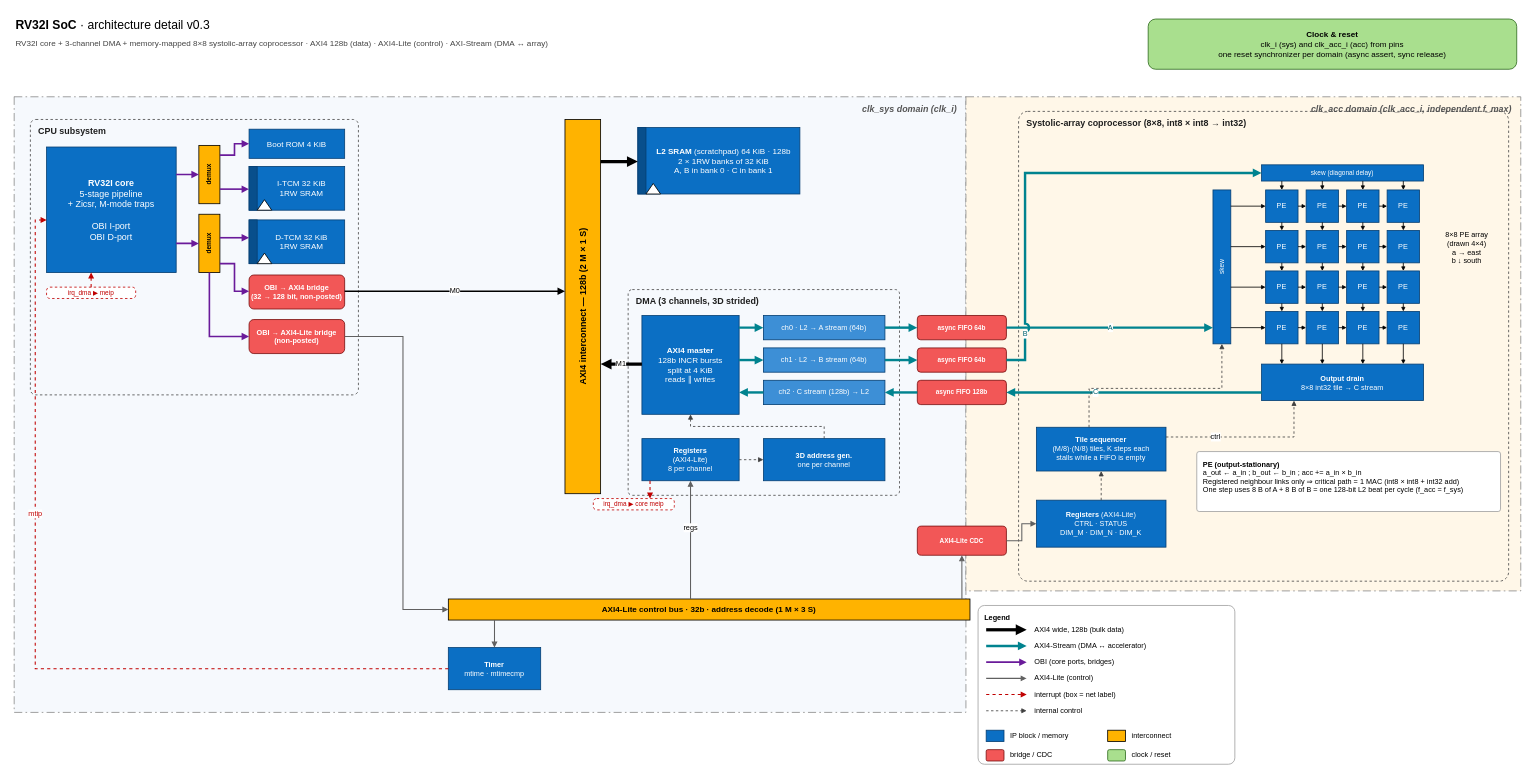
Before: docs/figures/soc-architecture.drawio in Felipe-Freire/riscv32-ext-coprocessor, a draw.io diagram. Source tidied: cells renumbered, new cells numbered last; positions are measured from the earlier drawing's top-left corner, leaving out a move shared by most shapes. Both pictures are drawn from the tidied source at 81%, with x=0, y=0 at pixel (14, 14).
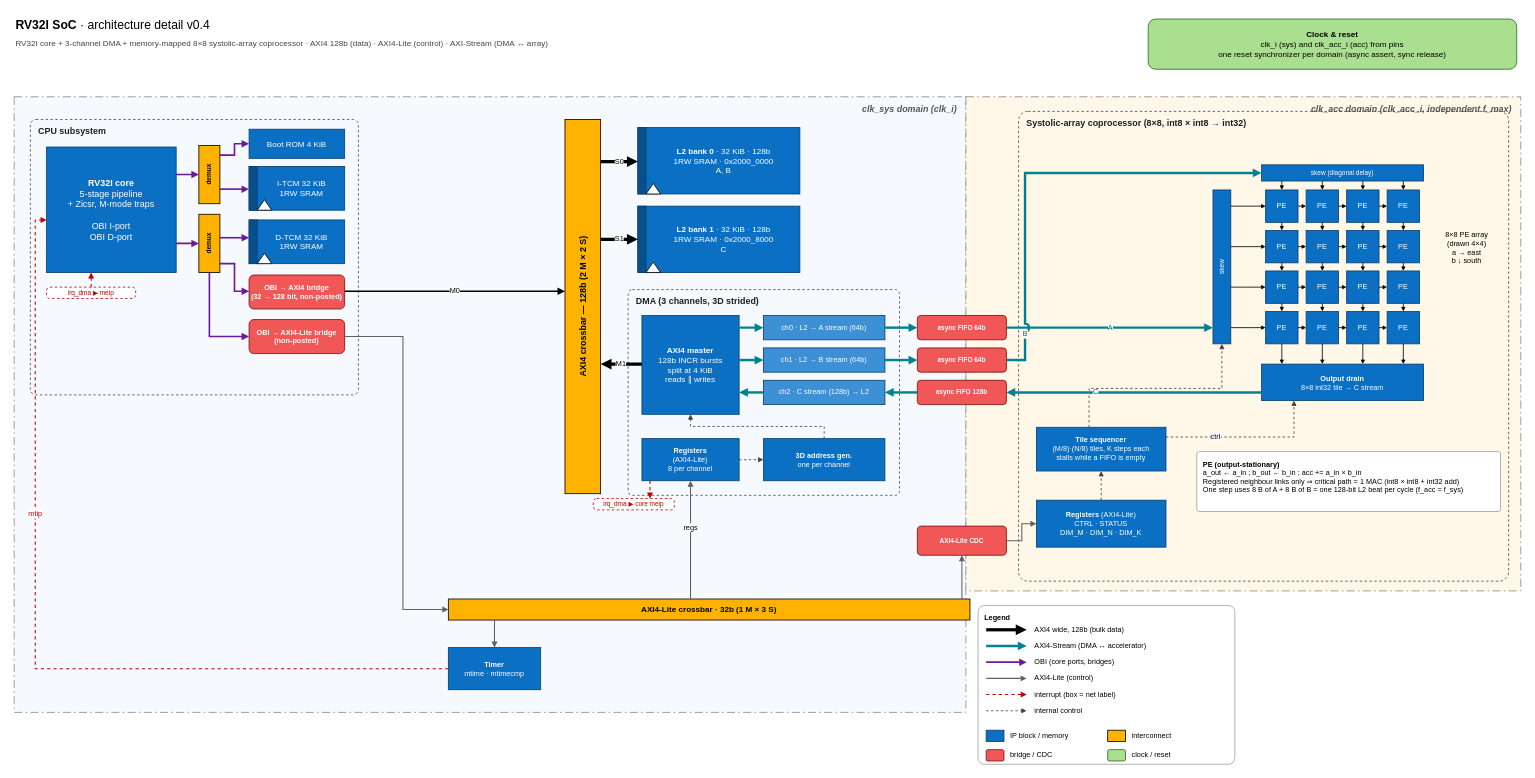
The same diagram, later.

Commit message (it also covers changes not shown here):
docs: interconnect na spec do SoC

What changed in the source:
```diff
@@
-    <mxCell id="2" value="&lt;b&gt;RV32I SoC&lt;/b&gt; &amp;middot; architecture detail v0.3" style="text;html=1;align=left;verticalAlign=middle;fontSize=9;whiteSpace=wrap;fontFamily=Helvetica;fontSize=15;" parent="1" vertex="1">
+    <mxCell id="2" value="&lt;b&gt;RV32I SoC&lt;/b&gt; &amp;middot; architecture detail v0.4" style="text;html=1;align=left;verticalAlign=middle;fontSize=9;whiteSpace=wrap;fontFamily=Helvetica;fontSize=15;" parent="1" vertex="1">
       <mxGeometry width="1100" height="26" as="geometry" />
     </mxCell>
@@
-    <mxCell id="26" value="AXI4 interconnect &amp;mdash; 128b (2 M &amp;times; 1 S)" style="rounded=0;whiteSpace=wrap;html=1;fillColor=#FFB300;strokeColor=#000000;fontColor=#000000;fontStyle=1;fontSize=10;fontFamily=Helvetica;horizontal=0;fontSize=11;" parent="1" vertex="1">
+    <mxCell id="26" value="AXI4 crossbar &amp;mdash; 128b (2 M &amp;times; 2 S)" style="rounded=0;whiteSpace=wrap;html=1;fillColor=#FFB300;strokeColor=#000000;fontColor=#000000;fontStyle=1;fontSize=10;fontFamily=Helvetica;horizontal=0;fontSize=11;" parent="1" vertex="1">
       <mxGeometry x="680" y="130" width="44" height="462" as="geometry" />
     </mxCell>
-    <mxCell id="27" value="&lt;b&gt;L2 SRAM&lt;/b&gt; (scratchpad) 64 KiB &amp;middot; 128b&lt;br&gt;2 &amp;times; 1RW banks of 32 KiB&lt;br&gt;A, B in bank 0 &amp;middot; C in bank 1" style="rounded=0;whiteSpace=wrap;html=1;fillColor=#0B6FC4;strokeColor=#063F73;fontColor=#FFFFFF;fontSize=10;fontFamily=Helvetica;spacingLeft=12;" parent="1" vertex="1">
+    <mxCell id="27" value="&lt;b&gt;L2 bank 0&lt;/b&gt; &amp;middot; 32 KiB &amp;middot; 128b&lt;br&gt;1RW SRAM &amp;middot; 0x2000_0000&lt;br&gt;A, B" style="rounded=0;whiteSpace=wrap;html=1;fillColor=#0B6FC4;strokeColor=#063F73;fontColor=#FFFFFF;fontSize=10;fontFamily=Helvetica;spacingLeft=12;" parent="1" vertex="1">
       <mxGeometry x="770" y="140" width="200" height="82" as="geometry" />
     </mxCell>
@@
+    <mxCell id="152" value="&lt;b&gt;L2 bank 1&lt;/b&gt; &amp;middot; 32 KiB &amp;middot; 128b&lt;br&gt;1RW SRAM &amp;middot; 0x2000_8000&lt;br&gt;C" style="rounded=0;whiteSpace=wrap;html=1;fillColor=#0B6FC4;strokeColor=#063F73;fontColor=#FFFFFF;fontSize=10;fontFamily=Helvetica;spacingLeft=12;" parent="1" vertex="1">
+      <mxGeometry x="770" y="237" width="200" height="82" as="geometry" />
+    </mxCell>
+    <mxCell id="153" style="rounded=0;html=1;fillColor=#084F8C;strokeColor=#063F73;" parent="1" vertex="1">
+      <mxGeometry x="770" y="237" width="10" height="82" as="geometry" />
+    </mxCell>
+    <mxCell id="154" style="triangle;whiteSpace=wrap;html=1;direction=north;fillColor=#FFFFFF;strokeColor=#000000;" parent="1" vertex="1">
+      <mxGeometry x="780" y="306" width="18" height="13" as="geometry" />
+    </mxCell>
-    <mxCell id="30" style="edgeStyle=orthogonalEdgeStyle;rounded=0;html=1;endArrow=block;endFill=1;endSize=4;jumpStyle=arc;jumpSize=6;fontSize=9;labelBackgroundColor=#FFFFFF;exitPerimeter=0;entryPerimeter=0;fontFamily=Helvetica;strokeWidth=4;strokeColor=#000000;endSize=3;exitX=1.0;exitY=0.1126;exitDx=0;exitDy=0;entryX=0.0;entryY=0.5122;entryDx=0;entryDy=0;" parent="1" edge="1" source="26" target="27">
+    <mxCell id="30" value="S0" style="edgeStyle=orthogonalEdgeStyle;rounded=0;html=1;endArrow=block;endFill=1;endSize=4;jumpStyle=arc;jumpSize=6;fontSize=9;labelBackgroundColor=#FFFFFF;exitPerimeter=0;entryPerimeter=0;fontFamily=Helvetica;strokeWidth=4;strokeColor=#000000;endSize=3;exitX=1.0;exitY=0.1126;exitDx=0;exitDy=0;entryX=0.0;entryY=0.5122;entryDx=0;entryDy=0;" parent="1" edge="1" source="26" target="27">
       <mxGeometry relative="1" as="geometry" />
     </mxCell>
+    <mxCell id="155" value="S1" style="edgeStyle=orthogonalEdgeStyle;rounded=0;html=1;endArrow=block;endFill=1;endSize=4;jumpStyle=arc;jumpSize=6;fontSize=9;labelBackgroundColor=#FFFFFF;exitPerimeter=0;entryPerimeter=0;fontFamily=Helvetica;strokeWidth=4;strokeColor=#000000;endSize=3;exitX=1.0;exitY=0.3203;exitDx=0;exitDy=0;entryX=0.0;entryY=0.5;entryDx=0;entryDy=0;" parent="1" edge="1" source="26" target="152">
+      <mxGeometry relative="1" as="geometry" />
+    </mxCell>
@@
-    <mxCell id="118" value="AXI4-Lite control bus &amp;middot; 32b &amp;middot; address decode (1 M &amp;times; 3 S)" style="rounded=0;whiteSpace=wrap;html=1;fillColor=#FFB300;strokeColor=#000000;fontColor=#000000;fontStyle=1;fontSize=10;fontFamily=Helvetica;" parent="1" vertex="1">
+    <mxCell id="118" value="AXI4-Lite crossbar &amp;middot; 32b (1 M &amp;times; 3 S)" style="rounded=0;whiteSpace=wrap;html=1;fillColor=#FFB300;strokeColor=#000000;fontColor=#000000;fontStyle=1;fontSize=10;fontFamily=Helvetica;" parent="1" vertex="1">
       <mxGeometry x="536" y="722" width="644" height="26" as="geometry" />
     </mxCell>
```
